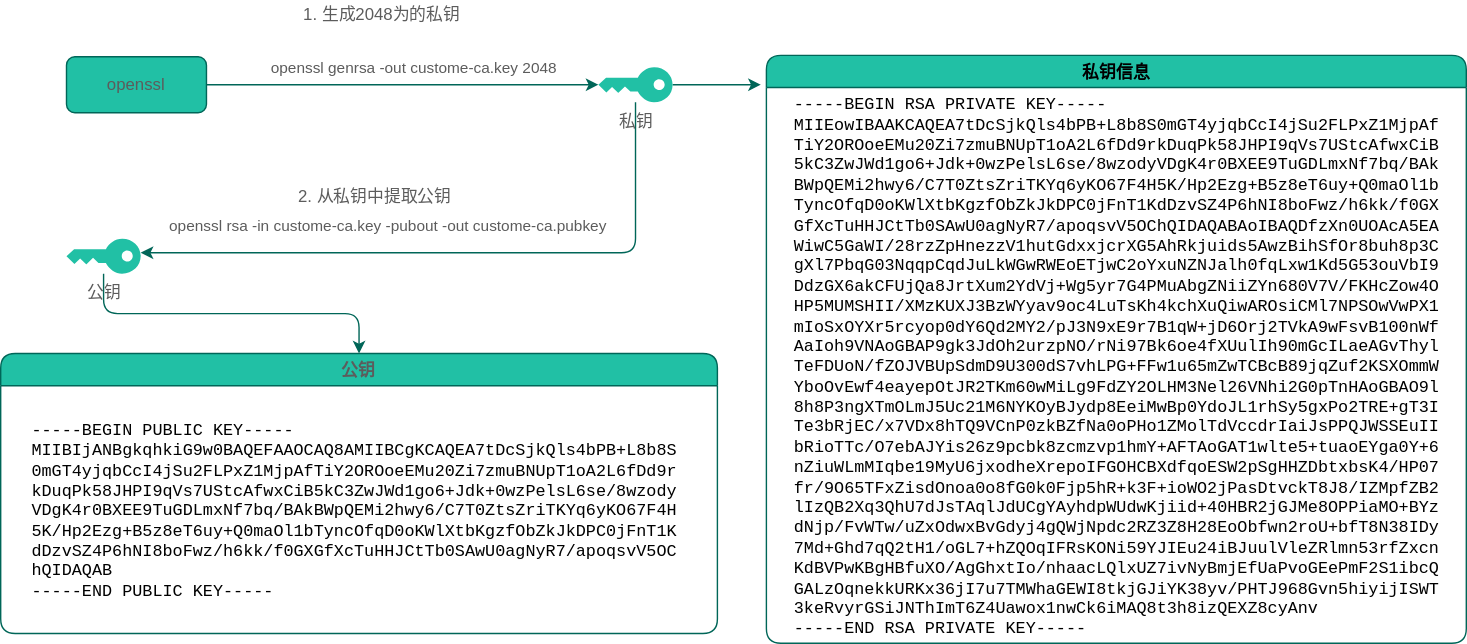
Before: openssl.drawio.svg, a diagram exported from draw.io (jpanda-cn/static-resources). Source tidied: cells renumbered, new cells last; positions are measured from the earlier drawing's top-left corner, leaving out a move shared by most shapes.
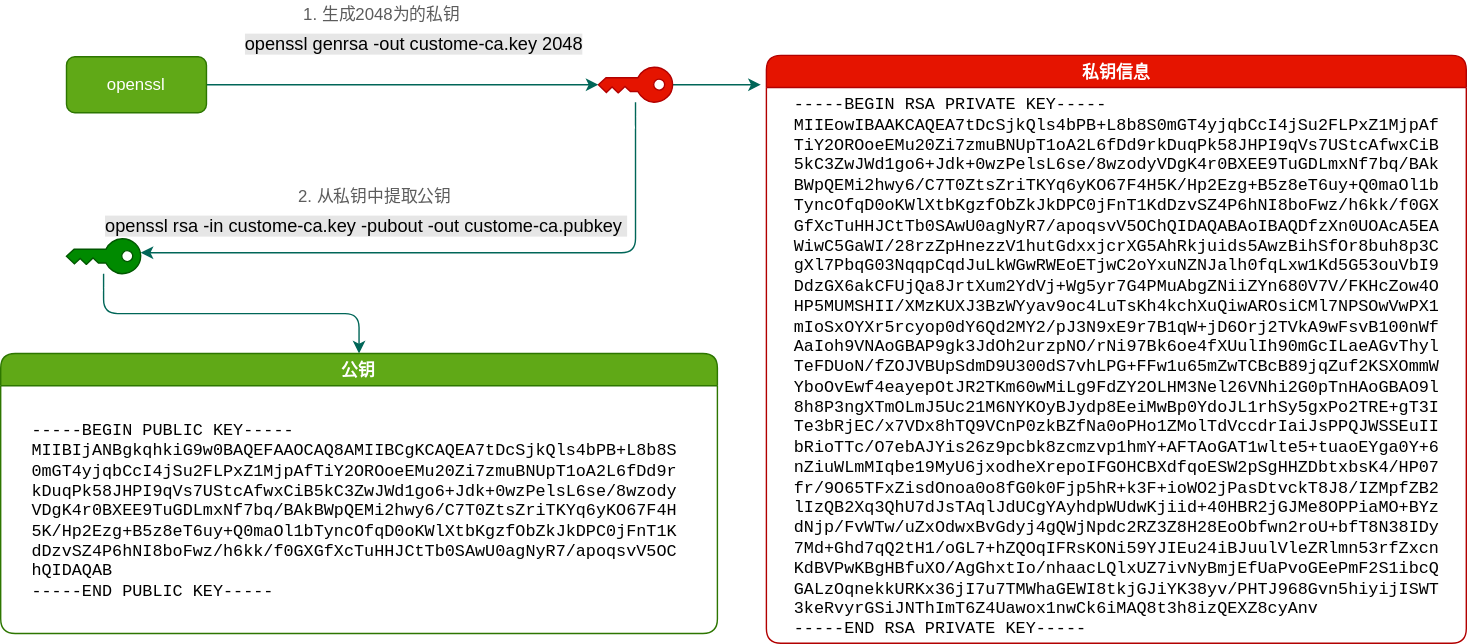
The same diagram one commit later.

Diff of the diagram source:
```diff
@@ -2,10 +2,10 @@
   <root>
     <mxCell id="0" />
     <mxCell id="1" parent="0" />
-    <mxCell id="2" style="edgeStyle=orthogonalEdgeStyle;curved=0;rounded=1;sketch=0;jettySize=auto;html=1;entryX=0.5;entryY=0;entryDx=0;entryDy=0;fontColor=#000000;strokeColor=#006658;fillColor=#21C0A5;" parent="1" edge="1" source="3" target="15">
+    <mxCell id="2" style="edgeStyle=orthogonalEdgeStyle;curved=0;rounded=1;sketch=0;jettySize=auto;html=1;entryX=0.5;entryY=0;entryDx=0;entryDy=0;strokeColor=#006658;fontColor=#5C5C5C;" parent="1" edge="1" source="3" target="15">
       <mxGeometry relative="1" as="geometry" />
     </mxCell>
-    <mxCell id="3" value="公钥" style="shadow=0;dashed=0;html=1;strokeColor=none;labelPosition=center;verticalLabelPosition=bottom;verticalAlign=top;outlineConnect=0;align=center;shape=mxgraph.office.security.key_permissions;direction=south;rounded=1;fillColor=#21C0A5;fontColor=#5C5C5C;" parent="1" vertex="1">
+    <mxCell id="3" value="公钥" style="shadow=0;dashed=0;html=1;strokeColor=#005700;labelPosition=center;verticalLabelPosition=bottom;verticalAlign=top;outlineConnect=0;align=center;shape=mxgraph.office.security.key_permissions;direction=south;rounded=1;fillColor=#008a00;fontColor=#ffffff;" parent="1" vertex="1">
       <mxGeometry x="47" y="170" width="53" height="25" as="geometry" />
     </mxCell>
     <mxCell id="4" style="edgeStyle=orthogonalEdgeStyle;rounded=1;jettySize=auto;html=1;strokeColor=#006658;fontColor=#5C5C5C;" parent="1" edge="1" source="7" target="3">
@@ -15,26 +15,26 @@
         </Array>
       </mxGeometry>
     </mxCell>
-    <mxCell id="5" value="openssl rsa -in custome-ca.key  -pubout -out custome-ca.pubkey ​" style="edgeLabel;html=1;align=center;verticalAlign=middle;rounded=1;fontColor=#5C5C5C;" parent="4" vertex="1">
+    <mxCell id="5" value="openssl rsa -in custome-ca.key  -pubout -out custome-ca.pubkey ​" style="edgeLabel;html=1;align=center;verticalAlign=middle;rounded=1;fontColor=#000000;labelBackgroundColor=#E6E6E6;fontSize=13;" parent="4" vertex="1">
       <mxGeometry x="0.52" y="-4" relative="1" as="geometry">
-        <mxPoint x="66" y="-16" as="offset" />
+        <mxPoint x="49" y="-16" as="offset" />
       </mxGeometry>
     </mxCell>
     <mxCell id="6" style="edgeStyle=orthogonalEdgeStyle;rounded=1;jettySize=auto;html=1;entryX=-0.008;entryY=0.05;entryDx=0;entryDy=0;entryPerimeter=0;strokeColor=#006658;fontColor=#5C5C5C;" parent="1" edge="1" source="7" target="13">
       <mxGeometry relative="1" as="geometry" />
     </mxCell>
-    <mxCell id="7" value="私钥&lt;br&gt;" style="shadow=0;dashed=0;html=1;strokeColor=none;labelPosition=center;verticalLabelPosition=bottom;verticalAlign=top;outlineConnect=0;align=center;shape=mxgraph.office.security.key_permissions;direction=south;rounded=1;fillColor=#21C0A5;fontColor=#5C5C5C;" parent="1" vertex="1">
+    <mxCell id="7" value="私钥&lt;br&gt;" style="shadow=0;dashed=0;html=1;strokeColor=#B20000;labelPosition=center;verticalLabelPosition=bottom;verticalAlign=top;outlineConnect=0;align=center;shape=mxgraph.office.security.key_permissions;direction=south;rounded=1;fillColor=#e51400;fontColor=#ffffff;" parent="1" vertex="1">
       <mxGeometry x="427" y="47.5" width="53" height="25" as="geometry" />
     </mxCell>
     <mxCell id="8" style="edgeStyle=orthogonalEdgeStyle;rounded=1;jettySize=auto;html=1;exitX=1;exitY=0.5;exitDx=0;exitDy=0;strokeColor=#006658;fontColor=#5C5C5C;" parent="1" edge="1" source="10" target="7">
       <mxGeometry relative="1" as="geometry" />
     </mxCell>
-    <mxCell id="9" value="openssl genrsa -out custome-ca.key 2048​" style="edgeLabel;html=1;align=center;verticalAlign=middle;rounded=1;fontColor=#5C5C5C;" parent="8" vertex="1">
+    <mxCell id="9" value="openssl genrsa -out custome-ca.key 2048​" style="edgeLabel;html=1;align=center;verticalAlign=middle;rounded=1;fontColor=#000000;labelBackgroundColor=#E6E6E6;fontSize=13;" parent="8" vertex="1">
       <mxGeometry x="-0.32" y="3" relative="1" as="geometry">
-        <mxPoint x="52" y="-9.5" as="offset" />
+        <mxPoint x="52" y="-27" as="offset" />
       </mxGeometry>
     </mxCell>
-    <mxCell id="10" value="openssl" style="rounded=1;whiteSpace=wrap;html=1;fillColor=#21C0A5;strokeColor=#006658;fontColor=#5C5C5C;" parent="1" vertex="1">
+    <mxCell id="10" value="openssl" style="rounded=1;whiteSpace=wrap;html=1;fillColor=#60a917;strokeColor=#2D7600;fontColor=#ffffff;" parent="1" vertex="1">
       <mxGeometry x="47" y="40" width="100" height="40" as="geometry" />
     </mxCell>
     <mxCell id="11" value="1. 生成2048为的私钥" style="text;html=1;align=center;verticalAlign=middle;rounded=1;fontColor=#5C5C5C;" parent="1" vertex="1">
@@ -43,13 +43,13 @@
     <mxCell id="12" value="2. 从私钥中提取公钥" style="text;html=1;align=center;verticalAlign=middle;rounded=1;fontColor=#5C5C5C;" parent="1" vertex="1">
       <mxGeometry x="207" y="130" width="120" height="20" as="geometry" />
     </mxCell>
-    <mxCell id="13" value="私钥信息" style="swimlane;rounded=1;fillColor=#21C0A5;strokeColor=#006658;fontColor=#000000;" parent="1" vertex="1">
+    <mxCell id="13" value="私钥信息" style="swimlane;rounded=1;fillColor=#e51400;strokeColor=#B20000;fontColor=#ffffff;" parent="1" vertex="1">
       <mxGeometry x="547" y="39" width="500" height="420" as="geometry" />
     </mxCell>
     <mxCell id="14" value="&lt;div style=&quot;text-align: start; font-family: &amp;quot;MesloLGS NF&amp;quot;, monospace;&quot;&gt;&lt;div&gt;&lt;span style=&quot;&quot;&gt;&lt;font color=&quot;#000000&quot;&gt;-----BEGIN RSA PRIVATE KEY-----                                                                                                                                                           &lt;/font&gt;&lt;/span&gt;&lt;/div&gt;&lt;div&gt;&lt;span style=&quot;&quot;&gt;&lt;font color=&quot;#000000&quot;&gt;MIIEowIBAAKCAQEA7tDcSjkQls4bPB+L8b8S0mGT4yjqbCcI4jSu2FLPxZ1MjpAf                                                                                                                          &lt;/font&gt;&lt;/span&gt;&lt;/div&gt;&lt;div&gt;&lt;span style=&quot;&quot;&gt;&lt;font color=&quot;#000000&quot;&gt;TiY2OROoeEMu20Zi7zmuBNUpT1oA2L6fDd9rkDuqPk58JHPI9qVs7UStcAfwxCiB                                                                                                                          &lt;/font&gt;&lt;/span&gt;&lt;/div&gt;&lt;div&gt;&lt;span style=&quot;&quot;&gt;&lt;font color=&quot;#000000&quot;&gt;5kC3ZwJWd1go6+Jdk+0wzPelsL6se/8wzodyVDgK4r0BXEE9TuGDLmxNf7bq/BAk                                                                                                                          &lt;/font&gt;&lt;/span&gt;&lt;/div&gt;&lt;div&gt;&lt;span style=&quot;&quot;&gt;&lt;font color=&quot;#000000&quot;&gt;BWpQEMi2hwy6/C7T0ZtsZriTKYq6yKO67F4H5K/Hp2Ezg+B5z8eT6uy+Q0maOl1b                                                                                                                          &lt;/font&gt;&lt;/span&gt;&lt;/div&gt;&lt;div&gt;&lt;span style=&quot;&quot;&gt;&lt;font color=&quot;#000000&quot;&gt;TyncOfqD0oKWlXtbKgzfObZkJkDPC0jFnT1KdDzvSZ4P6hNI8boFwz/h6kk/f0GX                                                                                                                          &lt;/font&gt;&lt;/span&gt;&lt;/div&gt;&lt;div&gt;&lt;span style=&quot;&quot;&gt;&lt;font color=&quot;#000000&quot;&gt;GfXcTuHHJCtTb0SAwU0agNyR7/apoqsvV5OChQIDAQABAoIBAQDfzXn0UOAcA5EA                                                                                                                          &lt;/font&gt;&lt;/span&gt;&lt;/div&gt;&lt;div&gt;&lt;span style=&quot;&quot;&gt;&lt;font color=&quot;#000000&quot;&gt;WiwC5GaWI/28rzZpHnezzV1hutGdxxjcrXG5AhRkjuids5AwzBihSfOr8buh8p3C                                                                                                                          &lt;/font&gt;&lt;/span&gt;&lt;/div&gt;&lt;div&gt;&lt;span style=&quot;&quot;&gt;&lt;font color=&quot;#000000&quot;&gt;gXl7PbqG03NqqpCqdJuLkWGwRWEoETjwC2oYxuNZNJalh0fqLxw1Kd5G53ouVbI9                                                                                                                          &lt;/font&gt;&lt;/span&gt;&lt;/div&gt;&lt;div&gt;&lt;span style=&quot;&quot;&gt;&lt;font color=&quot;#000000&quot;&gt;DdzGX6akCFUjQa8JrtXum2YdVj+Wg5yr7G4PMuAbgZNiiZYn680V7V/FKHcZow4O                                                                                                                          &lt;/font&gt;&lt;/span&gt;&lt;/div&gt;&lt;div&gt;&lt;span style=&quot;&quot;&gt;&lt;font color=&quot;#000000&quot;&gt;HP5MUMSHII/XMzKUXJ3BzWYyav9oc4LuTsKh4kchXuQiwAROsiCMl7NPSOwVwPX1                                                                                                                          &lt;/font&gt;&lt;/span&gt;&lt;/div&gt;&lt;div&gt;&lt;span style=&quot;&quot;&gt;&lt;font color=&quot;#000000&quot;&gt;mIoSxOYXr5rcyop0dY6Qd2MY2/pJ3N9xE9r7B1qW+jD6Orj2TVkA9wFsvB100nWf                                                                                                                          &lt;/font&gt;&lt;/span&gt;&lt;/div&gt;&lt;div&gt;&lt;span style=&quot;&quot;&gt;&lt;font color=&quot;#000000&quot;&gt;AaIoh9VNAoGBAP9gk3JdOh2urzpNO/rNi97Bk6oe4fXUulIh90mGcILaeAGvThyl                                                                                                                          &lt;/font&gt;&lt;/span&gt;&lt;/div&gt;&lt;div&gt;&lt;span style=&quot;&quot;&gt;&lt;font color=&quot;#000000&quot;&gt;TeFDUoN/fZOJVBUpSdmD9U300dS7vhLPG+FFw1u65mZwTCBcB89jqZuf2KSXOmmW                                                                                                                          &lt;/font&gt;&lt;/span&gt;&lt;/div&gt;&lt;div&gt;&lt;span style=&quot;&quot;&gt;&lt;font color=&quot;#000000&quot;&gt;YboOvEwf4eayepOtJR2TKm60wMiLg9FdZY2OLHM3Nel26VNhi2G0pTnHAoGBAO9l                                                                                                                          &lt;/font&gt;&lt;/span&gt;&lt;/div&gt;&lt;div&gt;&lt;span style=&quot;&quot;&gt;&lt;font color=&quot;#000000&quot;&gt;8h8P3ngXTmOLmJ5Uc21M6NYKOyBJydp8EeiMwBp0YdoJL1rhSy5gxPo2TRE+gT3I                                                                                                                          &lt;/font&gt;&lt;/span&gt;&lt;/div&gt;&lt;div&gt;&lt;span style=&quot;&quot;&gt;&lt;font color=&quot;#000000&quot;&gt;Te3bRjEC/x7VDx8hTQ9VCnP0zkBZfNa0oPHo1ZMolTdVccdrIaiJsPPQJWSSEuII                                                                                                                          &lt;/font&gt;&lt;/span&gt;&lt;/div&gt;&lt;div&gt;&lt;span style=&quot;&quot;&gt;&lt;font color=&quot;#000000&quot;&gt;bRioTTc/O7ebAJYis26z9pcbk8zcmzvp1hmY+AFTAoGAT1wlte5+tuaoEYga0Y+6                                                                                                                          &lt;/font&gt;&lt;/span&gt;&lt;/div&gt;&lt;div&gt;&lt;span style=&quot;&quot;&gt;&lt;font color=&quot;#000000&quot;&gt;nZiuWLmMIqbe19MyU6jxodheXrepoIFGOHCBXdfqoESW2pSgHHZDbtxbsK4/HP07                                                                                                                          &lt;/font&gt;&lt;/span&gt;&lt;/div&gt;&lt;div&gt;&lt;span style=&quot;&quot;&gt;&lt;font color=&quot;#000000&quot;&gt;fr/9O65TFxZisdOnoa0o8fG0k0Fjp5hR+k3F+ioWO2jPasDtvckT8J8/IZMpfZB2                                                                                                                          &lt;/font&gt;&lt;/span&gt;&lt;/div&gt;&lt;div&gt;&lt;span style=&quot;&quot;&gt;&lt;font color=&quot;#000000&quot;&gt;lIzQB2Xq3QhU7dJsTAqlJdUCgYAyhdpWUdwKjiid+40HBR2jGJMe8OPPiaMO+BYz                                                                                                                          &lt;/font&gt;&lt;/span&gt;&lt;/div&gt;&lt;div&gt;&lt;span style=&quot;&quot;&gt;&lt;font color=&quot;#000000&quot;&gt;dNjp/FvWTw/uZxOdwxBvGdyj4gQWjNpdc2RZ3Z8H28EoObfwn2roU+bfT8N38IDy                                                                                                                          &lt;/font&gt;&lt;/span&gt;&lt;/div&gt;&lt;div&gt;&lt;span style=&quot;&quot;&gt;&lt;font color=&quot;#000000&quot;&gt;7Md+Ghd7qQ2tH1/oGL7+hZQOqIFRsKONi59YJIEu24iBJuulVleZRlmn53rfZxcn                                                                                                                          &lt;/font&gt;&lt;/span&gt;&lt;/div&gt;&lt;div&gt;&lt;span style=&quot;&quot;&gt;&lt;font color=&quot;#000000&quot;&gt;KdBVPwKBgHBfuXO/AgGhxtIo/nhaacLQlxUZ7ivNyBmjEfUaPvoGEePmF2S1ibcQ                                                                                                                          &lt;/font&gt;&lt;/span&gt;&lt;/div&gt;&lt;div&gt;&lt;span style=&quot;&quot;&gt;&lt;font color=&quot;#000000&quot;&gt;GALzOqnekkURKx36jI7u7TMWhaGEWI8tkjGJiYK38yv/PHTJ968Gvn5hiyijISWT                                                                                                                          &lt;/font&gt;&lt;/span&gt;&lt;/div&gt;&lt;div&gt;&lt;span style=&quot;&quot;&gt;&lt;font color=&quot;#000000&quot;&gt;3keRvyrGSiJNThImT6Z4Uawox1nwCk6iMAQ8t3h8izQEXZ8cyAnv                                                                                                                                      &lt;/font&gt;&lt;/span&gt;&lt;/div&gt;&lt;div&gt;&lt;span style=&quot;&quot;&gt;&lt;font color=&quot;#000000&quot;&gt;-----END RSA PRIVATE KEY-----   &lt;/font&gt;&lt;/span&gt;&lt;/div&gt;&lt;/div&gt;" style="text;html=1;align=center;verticalAlign=middle;labelBackgroundColor=none;rounded=1;fontColor=#5C5C5C;" parent="13" vertex="1">
       <mxGeometry x="10" y="32.5" width="480" height="380" as="geometry" />
     </mxCell>
-    <mxCell id="15" value="公钥" style="swimlane;labelBackgroundColor=none;rounded=1;fillColor=#21C0A5;strokeColor=#006658;fontColor=#5C5C5C;" parent="1" vertex="1">
+    <mxCell id="15" value="公钥" style="swimlane;labelBackgroundColor=none;rounded=1;fillColor=#60a917;strokeColor=#2D7600;fontColor=#ffffff;" parent="1" vertex="1">
       <mxGeometry y="252" width="512" height="200" as="geometry" />
     </mxCell>
     <mxCell id="16" value="&lt;div style=&quot;text-align: start; font-family: &amp;quot;MesloLGS NF&amp;quot;, monospace;&quot;&gt;&lt;br&gt;&lt;/div&gt;" style="text;html=1;align=center;verticalAlign=middle;strokeColor=none;fillColor=none;labelBackgroundColor=none;rounded=1;fontColor=#5C5C5C;" parent="15" vertex="1">
```
